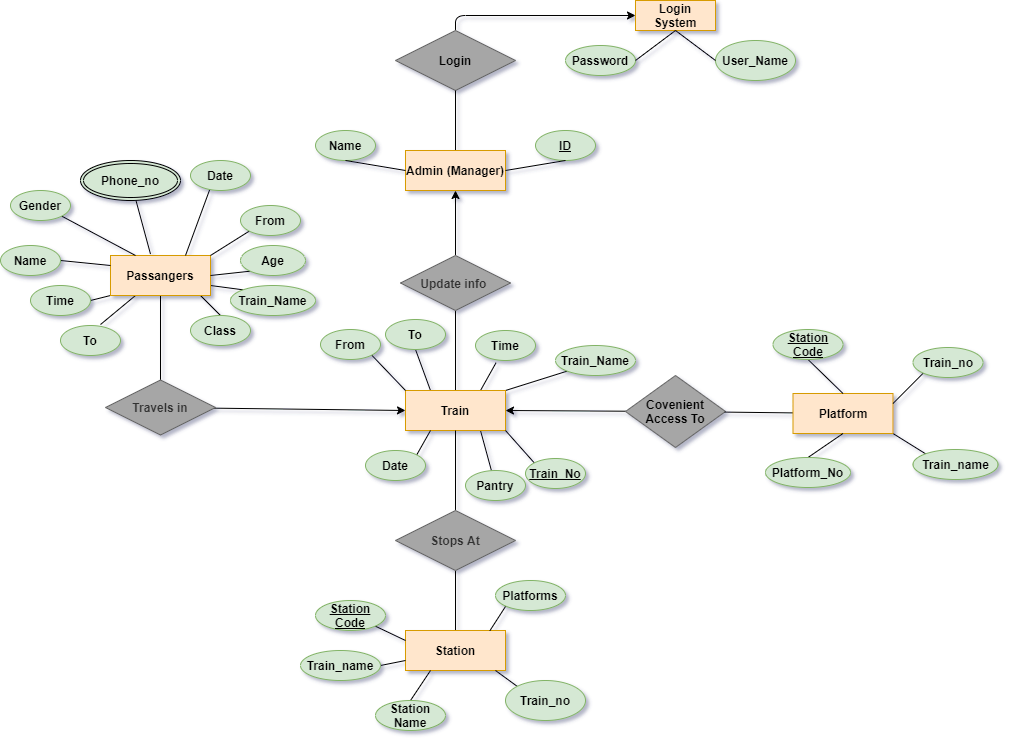
gameboy-stack/TTreserv keeps this draw.io diagram as ERdbmsFinal.png. Above is the earlier version. Source tidied: cells renumbered, new cells last; positions are measured from the earlier drawing's top-left corner, leaving out a move shared by most shapes.
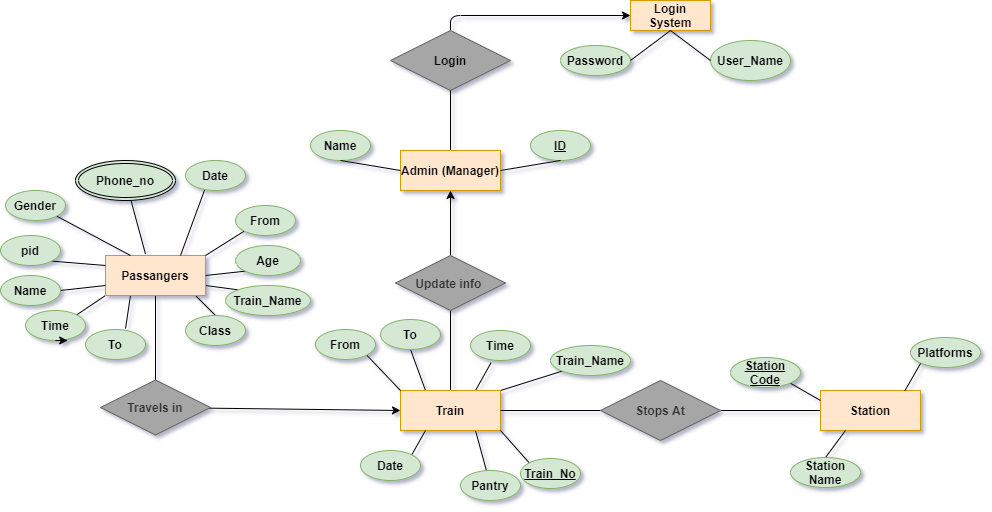
Above is the later version.

Diff of the diagram source:
```diff
@@ -50,7 +50,7 @@
     <mxCell id="15" style="edgeStyle=orthogonalEdgeStyle;rounded=0;jettySize=auto;html=1;exitX=0.5;exitY=0;exitDx=0;exitDy=0;" parent="1" edge="1" source="83" target="8">
       <mxGeometry relative="1" as="geometry" />
     </mxCell>
-    <mxCell id="16" style="edgeStyle=none;jettySize=auto;html=1;exitX=0;exitY=1;exitDx=0;exitDy=0;entryX=1;entryY=0.5;entryDx=0;entryDy=0;fontColor=#333333;endArrow=none;" parent="1" edge="1" source="21" target="75">
+    <mxCell id="16" style="edgeStyle=none;jettySize=auto;html=1;exitX=0;exitY=1;exitDx=0;exitDy=0;entryX=1;entryY=0;entryDx=0;entryDy=0;fontColor=#333333;endArrow=none;" parent="1" edge="1" source="21" target="75">
       <mxGeometry relative="1" as="geometry" />
     </mxCell>
     <mxCell id="17" style="edgeStyle=none;jettySize=auto;html=1;exitX=0.25;exitY=1;exitDx=0;exitDy=0;entryX=0.667;entryY=-0.033;entryDx=0;entryDy=0;entryPerimeter=0;fontColor=#333333;endArrow=none;" parent="1" edge="1" source="21" target="76">
@@ -70,11 +70,11 @@
     <mxCell id="21" value="&lt;b&gt;Passangers&lt;/b&gt;" style="whiteSpace=wrap;html=1;align=center;strokeColor=#d79b00;fillColor=#ffe6cc;" parent="1" vertex="1">
       <mxGeometry x="110" y="255" width="100" height="40" as="geometry" />
     </mxCell>
-    <mxCell id="22" style="edgeStyle=none;jettySize=auto;html=1;exitX=1;exitY=0.5;exitDx=0;exitDy=0;entryX=0;entryY=0.25;entryDx=0;entryDy=0;fontColor=#333333;endArrow=none;" parent="1" edge="1" source="23" target="21">
+    <mxCell id="22" style="edgeStyle=none;jettySize=auto;html=1;exitX=1;exitY=0.5;exitDx=0;exitDy=0;entryX=0;entryY=0.75;entryDx=0;entryDy=0;fontColor=#333333;endArrow=none;" parent="1" edge="1" source="23" target="21">
       <mxGeometry relative="1" as="geometry" />
     </mxCell>
     <mxCell id="23" value="&lt;b&gt;Name&lt;/b&gt;" style="ellipse;whiteSpace=wrap;html=1;align=center;strokeColor=#82b366;fillColor=#d5e8d4;" parent="1" vertex="1">
-      <mxGeometry y="245" width="60" height="30" as="geometry" />
+      <mxGeometry x="5" y="275" width="60" height="30" as="geometry" />
     </mxCell>
     <mxCell id="24" style="edgeStyle=none;jettySize=auto;html=1;exitX=1;exitY=1;exitDx=0;exitDy=0;entryX=0.25;entryY=0;entryDx=0;entryDy=0;fontColor=#333333;endArrow=none;" parent="1" edge="1" source="25" target="21">
       <mxGeometry relative="1" as="geometry" />
@@ -115,33 +115,18 @@
     <mxCell id="35" value="&lt;b&gt;Train&lt;/b&gt;" style="whiteSpace=wrap;html=1;align=center;strokeColor=#d79b00;fillColor=#ffe6cc;" parent="1" vertex="1">
       <mxGeometry x="405" y="390" width="100" height="40" as="geometry" />
     </mxCell>
-    <mxCell id="36" style="edgeStyle=none;rounded=1;jettySize=auto;html=1;exitX=0.5;exitY=1;exitDx=0;exitDy=0;entryX=0.5;entryY=0;entryDx=0;entryDy=0;fontColor=#333333;endArrow=none;" parent="1" edge="1" source="38" target="39">
+    <mxCell id="36" style="edgeStyle=none;rounded=1;jettySize=auto;html=1;exitX=1;exitY=0.5;exitDx=0;exitDy=0;entryX=0;entryY=0.5;entryDx=0;entryDy=0;fontColor=#333333;endArrow=none;" parent="1" edge="1" source="38" target="39">
       <mxGeometry relative="1" as="geometry" />
     </mxCell>
-    <mxCell id="37" style="edgeStyle=none;jettySize=auto;html=1;entryX=0.5;entryY=1;entryDx=0;entryDy=0;fontColor=#333333;endArrow=none;" parent="1" edge="1" source="38" target="35">
+    <mxCell id="37" style="edgeStyle=none;jettySize=auto;html=1;entryX=1;entryY=0.5;entryDx=0;entryDy=0;fontColor=#333333;endArrow=none;" parent="1" edge="1" source="38" target="35">
       <mxGeometry relative="1" as="geometry" />
     </mxCell>
     <mxCell id="38" value="&lt;b&gt;Stops At&lt;/b&gt;" style="shape=rhombus;perimeter=rhombusPerimeter;whiteSpace=wrap;html=1;align=center;strokeColor=#666666;fontColor=#333333;fillColor=#A6A6A6;" parent="1" vertex="1">
-      <mxGeometry x="395" y="510" width="120" height="60" as="geometry" />
+      <mxGeometry x="605" y="380" width="120" height="60" as="geometry" />
     </mxCell>
     <mxCell id="39" value="&lt;b&gt;Station&lt;/b&gt;" style="whiteSpace=wrap;html=1;align=center;strokeColor=#d79b00;fillColor=#ffe6cc;" parent="1" vertex="1">
-      <mxGeometry x="405" y="630" width="100" height="40" as="geometry" />
+      <mxGeometry x="825" y="390" width="100" height="40" as="geometry" />
     </mxCell>
-    <mxCell id="40" style="edgeStyle=none;jettySize=auto;html=1;entryX=1;entryY=0.5;entryDx=0;entryDy=0;fontColor=#333333;" parent="1" edge="1" source="41" target="35">
-      <mxGeometry relative="1" as="geometry" />
-    </mxCell>
-    <mxCell id="41" value="&lt;div&gt;&lt;b style=&quot;color: rgb(0 , 0 , 0)&quot;&gt;Covenient Access To&lt;/b&gt;&lt;br&gt;&lt;/div&gt;" style="shape=rhombus;perimeter=rhombusPerimeter;whiteSpace=wrap;html=1;align=center;strokeColor=#666666;fontColor=#333333;fillColor=#A6A6A6;" parent="1" vertex="1">
-      <mxGeometry x="625" y="375" width="100" height="72" as="geometry" />
-    </mxCell>
-    <mxCell id="42" style="edgeStyle=none;rounded=1;jettySize=auto;html=1;fontColor=#333333;endArrow=none;" parent="1" edge="1" source="44" target="41">
-      <mxGeometry relative="1" as="geometry" />
-    </mxCell>
-    <mxCell id="43" style="edgeStyle=none;jettySize=auto;html=1;exitX=1;exitY=1;exitDx=0;exitDy=0;entryX=0;entryY=0;entryDx=0;entryDy=0;fontColor=#333333;endArrow=none;" parent="1" edge="1" source="44" target="87">
-      <mxGeometry relative="1" as="geometry" />
-    </mxCell>
-    <mxCell id="44" value="&lt;b&gt;Platform&lt;/b&gt;" style="whiteSpace=wrap;html=1;align=center;strokeColor=#d79b00;fillColor=#ffe6cc;" parent="1" vertex="1">
-      <mxGeometry x="792.5" y="393" width="100" height="40" as="geometry" />
-    </mxCell>
     <mxCell id="45" style="edgeStyle=none;rounded=0;jettySize=auto;html=1;exitX=1;exitY=1;exitDx=0;exitDy=0;entryX=0;entryY=0;entryDx=0;entryDy=0;fontColor=#333333;endArrow=none;" parent="1" edge="1" source="46" target="35">
       <mxGeometry relative="1" as="geometry" />
     </mxCell>
@@ -176,52 +161,25 @@
       <mxGeometry relative="1" as="geometry" />
     </mxCell>
     <mxCell id="56" value="&lt;b&gt;&lt;u&gt;Station Code&lt;/u&gt;&lt;/b&gt;" style="ellipse;whiteSpace=wrap;html=1;align=center;strokeColor=#82b366;fillColor=#d5e8d4;" parent="1" vertex="1">
-      <mxGeometry x="315" y="600" width="70" height="30" as="geometry" />
+      <mxGeometry x="735" y="357" width="70" height="30" as="geometry" />
     </mxCell>
-    <mxCell id="57" style="edgeStyle=none;rounded=0;jettySize=auto;html=1;exitX=1;exitY=0.5;exitDx=0;exitDy=0;entryX=0;entryY=0.75;entryDx=0;entryDy=0;fontColor=#333333;endArrow=none;" parent="1" edge="1" source="58" target="39">
-      <mxGeometry relative="1" as="geometry" />
-    </mxCell>
-    <mxCell id="58" value="&lt;b&gt;Train_name&lt;/b&gt;" style="ellipse;whiteSpace=wrap;html=1;align=center;strokeColor=#82b366;fillColor=#d5e8d4;" parent="1" vertex="1">
-      <mxGeometry x="300" y="650" width="80" height="30" as="geometry" />
-    </mxCell>
     <mxCell id="59" style="edgeStyle=none;rounded=0;jettySize=auto;html=1;exitX=0.5;exitY=0;exitDx=0;exitDy=0;entryX=0.25;entryY=1;entryDx=0;entryDy=0;fontColor=#333333;endArrow=none;" parent="1" edge="1" source="60" target="39">
       <mxGeometry relative="1" as="geometry" />
     </mxCell>
     <mxCell id="60" value="&lt;b&gt;Station Name&lt;/b&gt;" style="ellipse;whiteSpace=wrap;html=1;align=center;strokeColor=#82b366;fillColor=#d5e8d4;" parent="1" vertex="1">
-      <mxGeometry x="375" y="700" width="70" height="30" as="geometry" />
+      <mxGeometry x="795" y="457" width="70" height="30" as="geometry" />
     </mxCell>
     <mxCell id="61" style="edgeStyle=none;rounded=0;jettySize=auto;html=1;exitX=0;exitY=1;exitDx=0;exitDy=0;entryX=0.844;entryY=0.005;entryDx=0;entryDy=0;entryPerimeter=0;fontColor=#333333;endArrow=none;" parent="1" edge="1" source="62" target="39">
       <mxGeometry relative="1" as="geometry" />
     </mxCell>
     <mxCell id="62" value="&lt;b&gt;Platforms&lt;/b&gt;" style="ellipse;whiteSpace=wrap;html=1;align=center;strokeColor=#82b366;fillColor=#d5e8d4;" parent="1" vertex="1">
-      <mxGeometry x="495" y="580" width="70" height="30" as="geometry" />
+      <mxGeometry x="915" y="337" width="70" height="30" as="geometry" />
     </mxCell>
-    <mxCell id="63" style="edgeStyle=none;rounded=0;jettySize=auto;html=1;exitX=0;exitY=0;exitDx=0;exitDy=0;entryX=0.9;entryY=1;entryDx=0;entryDy=0;entryPerimeter=0;fontColor=#333333;endArrow=none;" parent="1" edge="1" source="64" target="39">
-      <mxGeometry relative="1" as="geometry" />
-    </mxCell>
-    <mxCell id="64" value="&lt;b&gt;Train_no&lt;br&gt;&lt;/b&gt;" style="ellipse;whiteSpace=wrap;html=1;align=center;strokeColor=#82b366;fillColor=#d5e8d4;" parent="1" vertex="1">
-      <mxGeometry x="505" y="680" width="80" height="40" as="geometry" />
-    </mxCell>
-    <mxCell id="65" style="edgeStyle=none;rounded=0;jettySize=auto;html=1;exitX=0.5;exitY=1;exitDx=0;exitDy=0;entryX=0.5;entryY=0;entryDx=0;entryDy=0;fontColor=#333333;endArrow=none;" parent="1" edge="1" source="66" target="44">
-      <mxGeometry relative="1" as="geometry" />
-    </mxCell>
-    <mxCell id="66" value="&lt;b&gt;&lt;u&gt;Station Code&lt;/u&gt;&lt;br&gt;&lt;/b&gt;" style="ellipse;whiteSpace=wrap;html=1;align=center;strokeColor=#82b366;fillColor=#d5e8d4;" parent="1" vertex="1">
-      <mxGeometry x="772.5" y="329" width="70" height="30" as="geometry" />
-    </mxCell>
-    <mxCell id="67" style="edgeStyle=none;rounded=0;jettySize=auto;html=1;exitX=0.5;exitY=0;exitDx=0;exitDy=0;fontColor=#333333;endArrow=none;entryX=0.5;entryY=1;entryDx=0;entryDy=0;" parent="1" edge="1" source="68" target="44">
-      <mxGeometry relative="1" as="geometry" />
-    </mxCell>
-    <mxCell id="68" value="&lt;b&gt;Platform_No&lt;br&gt;&lt;/b&gt;" style="ellipse;whiteSpace=wrap;html=1;align=center;strokeColor=#82b366;fillColor=#d5e8d4;" parent="1" vertex="1">
-      <mxGeometry x="765" y="457" width="85" height="30" as="geometry" />
-    </mxCell>
-    <mxCell id="69" style="edgeStyle=none;rounded=0;jettySize=auto;html=1;exitX=0;exitY=1;exitDx=0;exitDy=0;entryX=1;entryY=0.25;entryDx=0;entryDy=0;fontColor=#333333;endArrow=none;" parent="1" edge="1" source="70" target="44">
-      <mxGeometry relative="1" as="geometry" />
-    </mxCell>
-    <mxCell id="70" value="&lt;b&gt;Train_no&lt;br&gt;&lt;/b&gt;" style="ellipse;whiteSpace=wrap;html=1;align=center;strokeColor=#82b366;fillColor=#d5e8d4;" parent="1" vertex="1">
-      <mxGeometry x="912.5" y="347" width="70" height="30" as="geometry" />
-    </mxCell>
-    <mxCell id="71" style="edgeStyle=none;orthogonalLoop=1;jettySize=auto;html=1;entryX=0.5;entryY=1;entryDx=0;entryDy=0;fontColor=#333333;" parent="1" edge="1" source="38" target="38">
-      <mxGeometry relative="1" as="geometry" />
+    <mxCell id="71" style="edgeStyle=none;orthogonalLoop=1;jettySize=auto;html=1;entryX=0.5;entryY=1;entryDx=0;entryDy=0;fontColor=#333333;" parent="1" edge="1">
+      <mxGeometry relative="1" as="geometry">
+        <mxPoint x="875" y="327" as="sourcePoint" />
+        <mxPoint x="875" y="327" as="targetPoint" />
+      </mxGeometry>
     </mxCell>
     <mxCell id="72" style="edgeStyle=none;orthogonalLoop=1;jettySize=auto;html=1;entryX=0.5;entryY=0;entryDx=0;entryDy=0;fontColor=#333333;" parent="1" edge="1" source="39" target="39">
       <mxGeometry relative="1" as="geometry" />
@@ -233,10 +191,10 @@
       <mxGeometry x="240" y="245" width="65" height="30" as="geometry" />
     </mxCell>
     <mxCell id="75" value="&lt;b&gt;Time&lt;/b&gt;" style="ellipse;whiteSpace=wrap;html=1;align=center;strokeColor=#82b366;fillColor=#d5e8d4;" parent="1" vertex="1">
-      <mxGeometry x="30" y="285" width="60" height="30" as="geometry" />
+      <mxGeometry x="30" y="310" width="60" height="30" as="geometry" />
     </mxCell>
     <mxCell id="76" value="&lt;b&gt;To&lt;/b&gt;" style="ellipse;whiteSpace=wrap;html=1;align=center;strokeColor=#82b366;fillColor=#d5e8d4;" parent="1" vertex="1">
-      <mxGeometry x="60" y="325" width="60" height="30" as="geometry" />
+      <mxGeometry x="90" y="329" width="60" height="30" as="geometry" />
     </mxCell>
     <mxCell id="77" value="&lt;b&gt;Class&lt;/b&gt;" style="ellipse;whiteSpace=wrap;html=1;align=center;strokeColor=#82b366;fillColor=#d5e8d4;" parent="1" vertex="1">
       <mxGeometry x="190" y="315" width="60" height="30" as="geometry" />
@@ -268,8 +226,14 @@
     <mxCell id="86" value="&lt;b&gt;Travels in&lt;/b&gt;" style="shape=rhombus;perimeter=rhombusPerimeter;whiteSpace=wrap;html=1;align=center;strokeColor=#666666;fontColor=#333333;fillColor=#A6A6A6;" parent="1" vertex="1">
       <mxGeometry x="105" y="379.5" width="110" height="55" as="geometry" />
     </mxCell>
-    <mxCell id="87" value="&lt;b&gt;Train_name&lt;br&gt;&lt;/b&gt;" style="ellipse;whiteSpace=wrap;html=1;align=center;strokeColor=#82b366;fillColor=#d5e8d4;" parent="1" vertex="1">
-      <mxGeometry x="912.5" y="449" width="85" height="30" as="geometry" />
-    </mxCell>
+    <mxCell id="88" style="edgeStyle=orthogonalEdgeStyle;rounded=0;orthogonalLoop=1;jettySize=auto;html=1;exitX=0.5;exitY=1;exitDx=0;exitDy=0;entryX=0.703;entryY=0.967;entryDx=0;entryDy=0;entryPerimeter=0;" parent="1" edge="1" source="75" target="75">
+      <mxGeometry relative="1" as="geometry" />
+    </mxCell>
+    <mxCell id="89" style="edgeStyle=none;jettySize=auto;html=1;exitX=1;exitY=1;exitDx=0;exitDy=0;entryX=0;entryY=0.25;entryDx=0;entryDy=0;fontColor=#333333;endArrow=none;" parent="1" edge="1" source="90" target="21">
+      <mxGeometry relative="1" as="geometry" />
+    </mxCell>
+    <mxCell id="90" value="&lt;b&gt;pid&lt;/b&gt;" style="ellipse;whiteSpace=wrap;html=1;align=center;strokeColor=#82b366;fillColor=#d5e8d4;" parent="1" vertex="1">
+      <mxGeometry x="5" y="235" width="60" height="30" as="geometry" />
+    </mxCell>
   </root>
 </mxGraphModel>
```
